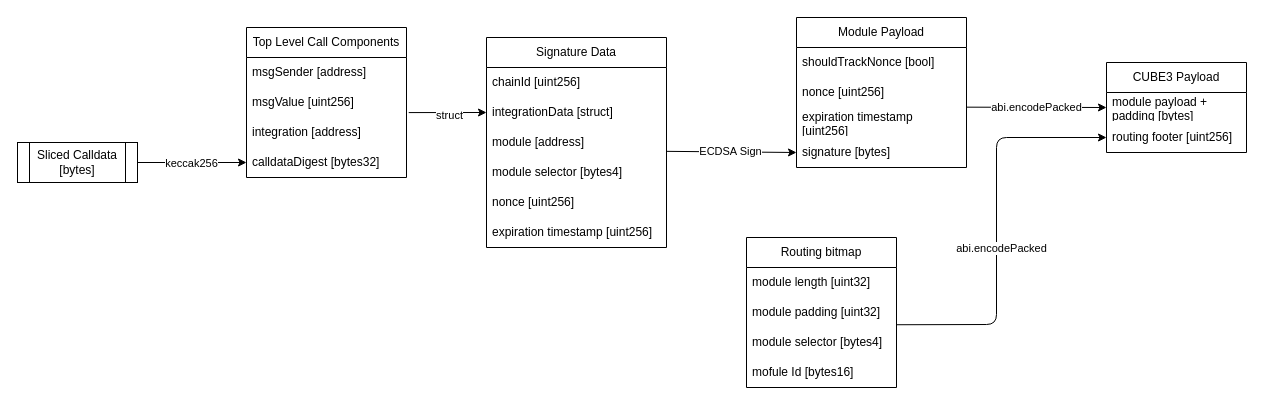
cube-web3/protocol-core-solidity keeps this draw.io diagram as docs/diagrams/payload_creation.drawio. Above is the earlier version. Source tidied: cells renumbered, new cells numbered last; positions are measured from the earlier drawing's top-left corner, leaving out a move shared by most shapes. Both pictures are drawn from the tidied source at 100%, with x=0, y=0 at pixel (17, 17).
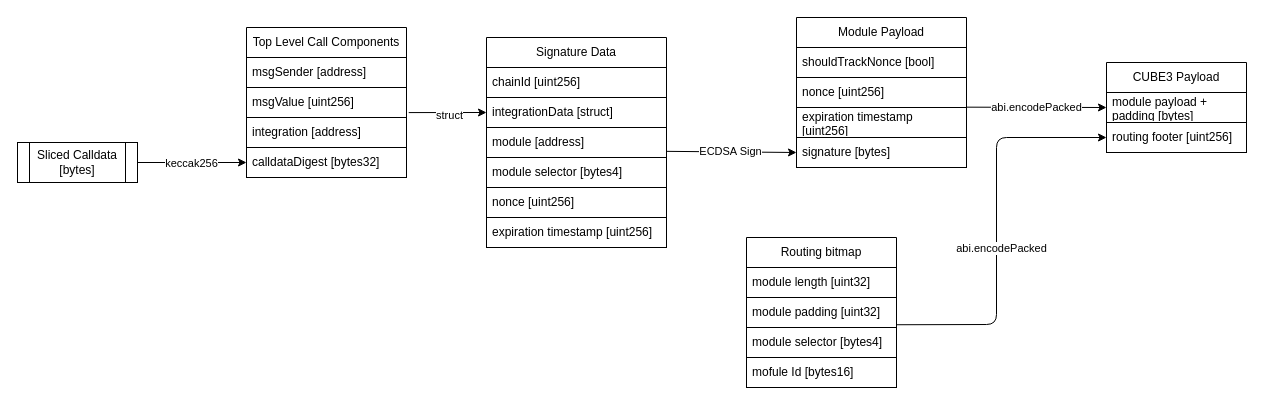
After the change.

The change refers to these unchanged cells:
```xml
<mxCell id="2" value="Top Level Call Components" style="swimlane;fontStyle=0;horizontal=1;startSize=30;whiteSpace=wrap;html=1;" parent="1" vertex="1">
  <mxGeometry x="229" y="10" width="160" height="150" as="geometry" />
</mxCell>
<mxCell id="7" value="Sliced Calldata&lt;br&gt;[bytes]" style="shape=process;whiteSpace=wrap;html=1;backgroundOutline=1;" parent="1" vertex="1">
  <mxGeometry y="125" width="120" height="40" as="geometry" />
</mxCell>
<mxCell id="10" value="Signature Data" style="swimlane;fontStyle=0;horizontal=1;startSize=30;whiteSpace=wrap;html=1;" parent="1" vertex="1">
  <mxGeometry x="469" y="20" width="180" height="210" as="geometry" />
</mxCell>
<mxCell id="19" value="Module Payload" style="swimlane;fontStyle=0;horizontal=1;startSize=30;whiteSpace=wrap;html=1;" parent="1" vertex="1">
  <mxGeometry x="779" width="170" height="150" as="geometry" />
</mxCell>
<mxCell id="26" value="CUBE3 Payload" style="swimlane;fontStyle=0;horizontal=1;startSize=30;whiteSpace=wrap;html=1;" parent="1" vertex="1">
  <mxGeometry x="1089" y="45" width="140" height="90" as="geometry" />
</mxCell>
<mxCell id="31" value="Routing bitmap" style="swimlane;fontStyle=0;horizontal=1;startSize=30;whiteSpace=wrap;html=1;" parent="1" vertex="1">
  <mxGeometry x="729" y="220" width="150" height="150" as="geometry" />
</mxCell>
```

Change to the diagram source:
```diff
@@
-<mxGraphModel>
+<mxGraphModel background="#ffffff">
@@
-    <mxCell id="3" value="msgSender [address]" style="text;strokeColor=none;fillColor=none;align=left;verticalAlign=middle;spacingLeft=4;spacingRight=4;overflow=hidden;whiteSpace=wrap;html=1;" parent="2" vertex="1">
+    <mxCell id="3" value="msgSender [address]" style="text;strokeColor=#000000;fillColor=none;align=left;verticalAlign=middle;spacingLeft=4;spacingRight=4;overflow=hidden;whiteSpace=wrap;html=1;fontColor=#000000;" parent="2" vertex="1">
       <mxGeometry y="30" width="160" height="30" as="geometry" />
     </mxCell>
-    <mxCell id="4" value="msgValue [uint256]" style="text;strokeColor=none;fillColor=none;align=left;verticalAlign=middle;spacingLeft=4;spacingRight=4;overflow=hidden;points=[[0,0.5],[1,0.5]];portConstraint=eastwest;whiteSpace=wrap;html=1;" parent="2" vertex="1">
+    <mxCell id="4" value="msgValue [uint256]" style="text;strokeColor=#000000;fillColor=none;align=left;verticalAlign=middle;spacingLeft=4;spacingRight=4;overflow=hidden;points=[[0,0.5],[1,0.5]];portConstraint=eastwest;whiteSpace=wrap;html=1;fontColor=#000000;" parent="2" vertex="1">
       <mxGeometry y="60" width="160" height="30" as="geometry" />
     </mxCell>
-    <mxCell id="5" value="integration [address]" style="text;strokeColor=none;fillColor=none;align=left;verticalAlign=middle;spacingLeft=4;spacingRight=4;overflow=hidden;whiteSpace=wrap;html=1;" parent="2" vertex="1">
+    <mxCell id="5" value="integration [address]" style="text;strokeColor=#000000;fillColor=none;align=left;verticalAlign=middle;spacingLeft=4;spacingRight=4;overflow=hidden;whiteSpace=wrap;html=1;fontColor=#000000;" parent="2" vertex="1">
       <mxGeometry y="90" width="160" height="30" as="geometry" />
     </mxCell>
-    <mxCell id="6" value="calldataDigest [bytes32]" style="text;strokeColor=none;fillColor=none;align=left;verticalAlign=middle;spacingLeft=4;spacingRight=4;overflow=hidden;points=[[0,0.5],[1,0.5]];portConstraint=eastwest;whiteSpace=wrap;html=1;" parent="2" vertex="1">
+    <mxCell id="6" value="calldataDigest [bytes32]" style="text;strokeColor=#000000;fillColor=none;align=left;verticalAlign=middle;spacingLeft=4;spacingRight=4;overflow=hidden;points=[[0,0.5],[1,0.5]];portConstraint=eastwest;whiteSpace=wrap;html=1;fontColor=#000000;" parent="2" vertex="1">
       <mxGeometry y="120" width="160" height="30" as="geometry" />
     </mxCell>
@@
-    <mxCell id="8" style="endArrow=classic;html=1;exitX=1;exitY=0.5;exitDx=0;exitDy=0;entryX=0;entryY=0.5;entryDx=0;entryDy=0;" parent="1" edge="1" source="7" target="6">
+    <mxCell id="8" style="endArrow=classic;html=1;exitX=1;exitY=0.5;exitDx=0;exitDy=0;entryX=0;entryY=0.5;entryDx=0;entryDy=0;strokeColor=#000000;" parent="1" edge="1" source="7" target="6">
       <mxGeometry relative="1" as="geometry" />
     </mxCell>
-    <mxCell id="9" value="keccak256" style="edgeLabel;html=1;align=center;verticalAlign=middle;" parent="8" vertex="1">
+    <mxCell id="9" value="keccak256" style="edgeLabel;html=1;align=center;verticalAlign=middle;strokeColor=#000000;" parent="8" vertex="1">
       <mxGeometry x="-0.35" y="1" relative="1" as="geometry">
         <mxPoint x="18" y="1" as="offset" />
       </mxGeometry>
     </mxCell>
@@
-    <mxCell id="11" value="chainId [uint256]" style="text;strokeColor=none;fillColor=none;align=left;verticalAlign=middle;spacingLeft=4;spacingRight=4;overflow=hidden;whiteSpace=wrap;html=1;" parent="10" vertex="1">
+    <mxCell id="11" value="chainId [uint256]" style="text;strokeColor=#000000;fillColor=none;align=left;verticalAlign=middle;spacingLeft=4;spacingRight=4;overflow=hidden;whiteSpace=wrap;html=1;fontColor=#000000;" parent="10" vertex="1">
       <mxGeometry y="30" width="180" height="30" as="geometry" />
     </mxCell>
-    <mxCell id="12" value="integrationData [struct]" style="text;strokeColor=none;fillColor=none;align=left;verticalAlign=middle;spacingLeft=4;spacingRight=4;overflow=hidden;points=[[0,0.5],[1,0.5]];portConstraint=eastwest;whiteSpace=wrap;html=1;" parent="10" vertex="1">
+    <mxCell id="12" value="integrationData [struct]" style="text;strokeColor=#000000;fillColor=none;align=left;verticalAlign=middle;spacingLeft=4;spacingRight=4;overflow=hidden;points=[[0,0.5],[1,0.5]];portConstraint=eastwest;whiteSpace=wrap;html=1;fontColor=#000000;" parent="10" vertex="1">
       <mxGeometry y="60" width="180" height="30" as="geometry" />
     </mxCell>
-    <mxCell id="13" value="module [address]" style="text;strokeColor=none;fillColor=none;align=left;verticalAlign=middle;spacingLeft=4;spacingRight=4;overflow=hidden;points=[[0,0.5],[1,0.5]];portConstraint=eastwest;whiteSpace=wrap;html=1;" parent="10" vertex="1">
+    <mxCell id="13" value="module [address]" style="text;strokeColor=#000000;fillColor=none;align=left;verticalAlign=middle;spacingLeft=4;spacingRight=4;overflow=hidden;points=[[0,0.5],[1,0.5]];portConstraint=eastwest;whiteSpace=wrap;html=1;fontColor=#000000;" parent="10" vertex="1">
       <mxGeometry y="90" width="180" height="30" as="geometry" />
     </mxCell>
-    <mxCell id="14" value="module selector [bytes4]" style="text;strokeColor=none;fillColor=none;align=left;verticalAlign=middle;spacingLeft=4;spacingRight=4;overflow=hidden;whiteSpace=wrap;html=1;" parent="10" vertex="1">
+    <mxCell id="14" value="module selector [bytes4]" style="text;strokeColor=#000000;fillColor=none;align=left;verticalAlign=middle;spacingLeft=4;spacingRight=4;overflow=hidden;whiteSpace=wrap;html=1;fontColor=#000000;" parent="10" vertex="1">
       <mxGeometry y="120" width="180" height="30" as="geometry" />
     </mxCell>
-    <mxCell id="15" value="nonce [uint256]" style="text;strokeColor=none;fillColor=none;align=left;verticalAlign=middle;spacingLeft=4;spacingRight=4;overflow=hidden;whiteSpace=wrap;html=1;" parent="10" vertex="1">
+    <mxCell id="15" value="nonce [uint256]" style="text;strokeColor=#000000;fillColor=none;align=left;verticalAlign=middle;spacingLeft=4;spacingRight=4;overflow=hidden;whiteSpace=wrap;html=1;fontColor=#000000;" parent="10" vertex="1">
       <mxGeometry y="150" width="180" height="30" as="geometry" />
     </mxCell>
-    <mxCell id="16" value="expiration timestamp [uint256]" style="text;strokeColor=none;fillColor=none;align=left;verticalAlign=middle;spacingLeft=4;spacingRight=4;overflow=hidden;whiteSpace=wrap;html=1;" parent="10" vertex="1">
+    <mxCell id="16" value="expiration timestamp [uint256]" style="text;strokeColor=#000000;fillColor=none;align=left;verticalAlign=middle;spacingLeft=4;spacingRight=4;overflow=hidden;whiteSpace=wrap;html=1;fontColor=#000000;" parent="10" vertex="1">
       <mxGeometry y="180" width="180" height="30" as="geometry" />
     </mxCell>
-    <mxCell id="17" style="endArrow=classic;html=1;exitX=1.014;exitY=0.836;exitDx=0;exitDy=0;exitPerimeter=0;entryX=0;entryY=0.5;entryDx=0;entryDy=0;" parent="1" edge="1" source="4" target="12">
+    <mxCell id="17" style="endArrow=classic;html=1;exitX=1.014;exitY=0.836;exitDx=0;exitDy=0;exitPerimeter=0;entryX=0;entryY=0.5;entryDx=0;entryDy=0;strokeColor=#000000;" parent="1" edge="1" source="4" target="12">
       <mxGeometry relative="1" as="geometry" />
     </mxCell>
-    <mxCell id="18" value="struct" style="edgeLabel;html=1;align=center;verticalAlign=middle;" parent="17" vertex="1">
+    <mxCell id="18" value="struct" style="edgeLabel;html=1;align=center;verticalAlign=middle;strokeColor=#000000;" parent="17" vertex="1">
       <mxGeometry x="0.02" y="-2" relative="1" as="geometry" />
     </mxCell>
@@
-    <mxCell id="20" value="shouldTrackNonce [bool]" style="text;strokeColor=none;fillColor=none;align=left;verticalAlign=middle;spacingLeft=4;spacingRight=4;overflow=hidden;whiteSpace=wrap;html=1;" parent="19" vertex="1">
+    <mxCell id="20" value="shouldTrackNonce [bool]" style="text;strokeColor=#000000;fillColor=none;align=left;verticalAlign=middle;spacingLeft=4;spacingRight=4;overflow=hidden;whiteSpace=wrap;html=1;fontColor=#000000;" parent="19" vertex="1">
       <mxGeometry y="30" width="170" height="30" as="geometry" />
     </mxCell>
-    <mxCell id="21" value="nonce [uint256]" style="text;strokeColor=none;fillColor=none;align=left;verticalAlign=middle;spacingLeft=4;spacingRight=4;overflow=hidden;whiteSpace=wrap;html=1;" parent="19" vertex="1">
+    <mxCell id="21" value="nonce [uint256]" style="text;strokeColor=#000000;fillColor=none;align=left;verticalAlign=middle;spacingLeft=4;spacingRight=4;overflow=hidden;whiteSpace=wrap;html=1;fontColor=#000000;" parent="19" vertex="1">
       <mxGeometry y="60" width="170" height="30" as="geometry" />
     </mxCell>
-    <mxCell id="22" value="expiration timestamp [uint256]" style="text;strokeColor=none;fillColor=none;align=left;verticalAlign=middle;spacingLeft=4;spacingRight=4;overflow=hidden;points=[[0,0.5],[1,0.5]];portConstraint=eastwest;whiteSpace=wrap;html=1;" parent="19" vertex="1">
+    <mxCell id="22" value="expiration timestamp [uint256]" style="text;strokeColor=#000000;fillColor=none;align=left;verticalAlign=middle;spacingLeft=4;spacingRight=4;overflow=hidden;points=[[0,0.5],[1,0.5]];portConstraint=eastwest;whiteSpace=wrap;html=1;fontColor=#000000;" parent="19" vertex="1">
       <mxGeometry y="90" width="170" height="30" as="geometry" />
     </mxCell>
-    <mxCell id="23" value="signature [bytes]" style="text;strokeColor=none;fillColor=none;align=left;verticalAlign=middle;spacingLeft=4;spacingRight=4;overflow=hidden;points=[[0,0.5],[1,0.5]];portConstraint=eastwest;whiteSpace=wrap;html=1;" parent="19" vertex="1">
+    <mxCell id="23" value="signature [bytes]" style="text;strokeColor=#000000;fillColor=none;align=left;verticalAlign=middle;spacingLeft=4;spacingRight=4;overflow=hidden;points=[[0,0.5],[1,0.5]];portConstraint=eastwest;whiteSpace=wrap;html=1;fontColor=#000000;" parent="19" vertex="1">
       <mxGeometry y="120" width="170" height="30" as="geometry" />
     </mxCell>
-    <mxCell id="24" style="endArrow=classic;html=1;exitX=1.001;exitY=0.795;exitDx=0;exitDy=0;exitPerimeter=0;entryX=0;entryY=0.5;entryDx=0;entryDy=0;" parent="1" edge="1" source="13" target="23">
+    <mxCell id="24" style="endArrow=classic;html=1;exitX=1.001;exitY=0.795;exitDx=0;exitDy=0;exitPerimeter=0;entryX=0;entryY=0.5;entryDx=0;entryDy=0;strokeColor=#000000;" parent="1" edge="1" source="13" target="23">
       <mxGeometry relative="1" as="geometry" />
     </mxCell>
-    <mxCell id="25" value="ECDSA Sign" style="edgeLabel;html=1;align=center;verticalAlign=middle;" parent="24" vertex="1">
+    <mxCell id="25" value="ECDSA Sign" style="edgeLabel;html=1;align=center;verticalAlign=middle;strokeColor=#000000;" parent="24" vertex="1">
       <mxGeometry x="-0.4" y="-1" relative="1" as="geometry">
         <mxPoint x="24" y="-2" as="offset" />
       </mxGeometry>
     </mxCell>
@@
-    <mxCell id="27" value="module payload + padding [bytes]" style="text;strokeColor=none;fillColor=none;align=left;verticalAlign=middle;spacingLeft=4;spacingRight=4;overflow=hidden;points=[[0,0.5],[1,0.5]];portConstraint=eastwest;whiteSpace=wrap;html=1;" parent="26" vertex="1">
+    <mxCell id="27" value="module payload + padding [bytes]" style="text;strokeColor=#000000;fillColor=none;align=left;verticalAlign=middle;spacingLeft=4;spacingRight=4;overflow=hidden;points=[[0,0.5],[1,0.5]];portConstraint=eastwest;whiteSpace=wrap;html=1;fontColor=#000000;" parent="26" vertex="1">
       <mxGeometry y="30" width="140" height="30" as="geometry" />
     </mxCell>
-    <mxCell id="28" value="routing footer [uint256]" style="text;strokeColor=none;fillColor=none;align=left;verticalAlign=middle;spacingLeft=4;spacingRight=4;overflow=hidden;points=[[0,0.5],[1,0.5]];portConstraint=eastwest;whiteSpace=wrap;html=1;" parent="26" vertex="1">
+    <mxCell id="28" value="routing footer [uint256]" style="text;strokeColor=#000000;fillColor=none;align=left;verticalAlign=middle;spacingLeft=4;spacingRight=4;overflow=hidden;points=[[0,0.5],[1,0.5]];portConstraint=eastwest;whiteSpace=wrap;html=1;fontColor=#000000;" parent="26" vertex="1">
       <mxGeometry y="60" width="140" height="30" as="geometry" />
     </mxCell>
-    <mxCell id="29" style="endArrow=classic;html=1;exitX=0.998;exitY=-0.011;exitDx=0;exitDy=0;exitPerimeter=0;entryX=0;entryY=0.5;entryDx=0;entryDy=0;" parent="1" edge="1" source="22" target="27">
+    <mxCell id="29" style="endArrow=classic;html=1;exitX=0.998;exitY=-0.011;exitDx=0;exitDy=0;exitPerimeter=0;entryX=0;entryY=0.5;entryDx=0;entryDy=0;strokeColor=#000000;" parent="1" edge="1" source="22" target="27">
       <mxGeometry relative="1" as="geometry" />
     </mxCell>
@@
-    <mxCell id="32" value="module length [uint32]" style="text;strokeColor=none;fillColor=none;align=left;verticalAlign=middle;spacingLeft=4;spacingRight=4;overflow=hidden;whiteSpace=wrap;html=1;" parent="31" vertex="1">
+    <mxCell id="32" value="module length [uint32]" style="text;strokeColor=#000000;fillColor=none;align=left;verticalAlign=middle;spacingLeft=4;spacingRight=4;overflow=hidden;whiteSpace=wrap;html=1;fontColor=#000000;" parent="31" vertex="1">
       <mxGeometry y="30" width="150" height="30" as="geometry" />
     </mxCell>
-    <mxCell id="33" value="module padding [uint32]" style="text;strokeColor=none;fillColor=none;align=left;verticalAlign=middle;spacingLeft=4;spacingRight=4;overflow=hidden;points=[[0,0.5],[1,0.5]];portConstraint=eastwest;whiteSpace=wrap;html=1;" parent="31" vertex="1">
+    <mxCell id="33" value="module padding [uint32]" style="text;strokeColor=#000000;fillColor=none;align=left;verticalAlign=middle;spacingLeft=4;spacingRight=4;overflow=hidden;points=[[0,0.5],[1,0.5]];portConstraint=eastwest;whiteSpace=wrap;html=1;fontColor=#000000;" parent="31" vertex="1">
       <mxGeometry y="60" width="150" height="30" as="geometry" />
     </mxCell>
-    <mxCell id="34" value="module selector [bytes4]" style="text;strokeColor=none;fillColor=none;align=left;verticalAlign=middle;spacingLeft=4;spacingRight=4;overflow=hidden;whiteSpace=wrap;html=1;" parent="31" vertex="1">
+    <mxCell id="34" value="module selector [bytes4]" style="text;strokeColor=#000000;fillColor=none;align=left;verticalAlign=middle;spacingLeft=4;spacingRight=4;overflow=hidden;whiteSpace=wrap;html=1;fontColor=#000000;" parent="31" vertex="1">
       <mxGeometry y="90" width="150" height="30" as="geometry" />
     </mxCell>
-    <mxCell id="35" value="mofule Id [bytes16]" style="text;strokeColor=none;fillColor=none;align=left;verticalAlign=middle;spacingLeft=4;spacingRight=4;overflow=hidden;whiteSpace=wrap;html=1;" parent="31" vertex="1">
+    <mxCell id="35" value="mofule Id [bytes16]" style="text;strokeColor=#000000;fillColor=none;align=left;verticalAlign=middle;spacingLeft=4;spacingRight=4;overflow=hidden;whiteSpace=wrap;html=1;fontColor=#000000;" parent="31" vertex="1">
       <mxGeometry y="120" width="150" height="30" as="geometry" />
     </mxCell>
-    <mxCell id="36" style="endArrow=classic;html=1;exitX=1.003;exitY=0.908;exitDx=0;exitDy=0;exitPerimeter=0;entryX=0;entryY=0.5;entryDx=0;entryDy=0;" parent="1" edge="1" source="33" target="28">
+    <mxCell id="36" style="endArrow=classic;html=1;exitX=1.003;exitY=0.908;exitDx=0;exitDy=0;exitPerimeter=0;entryX=0;entryY=0.5;entryDx=0;entryDy=0;strokeColor=#000000;" parent="1" edge="1" source="33" target="28">
       <mxGeometry relative="1" as="geometry">
         <Array as="points">
           <mxPoint x="979" y="307" />
           <mxPoint x="979" y="120" />
         </Array>
       </mxGeometry>
     </mxCell>
```
